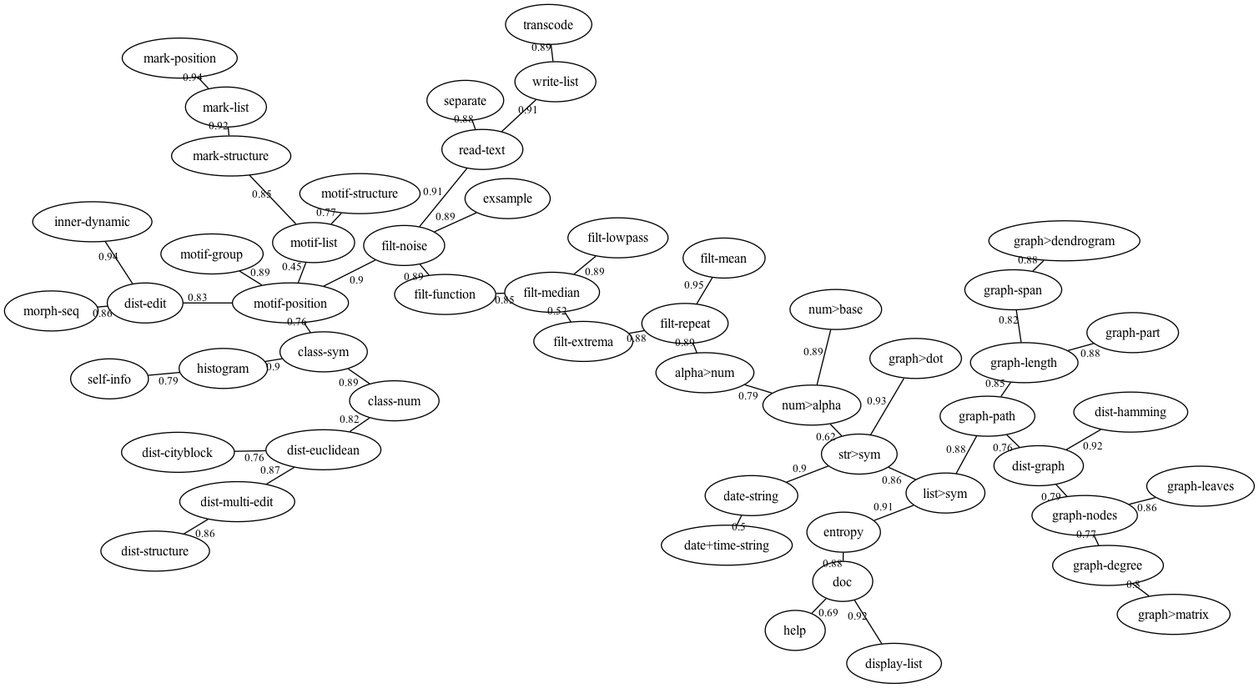
This is doc/pictures/refrains-docstrings.png from FredVoisin/refrains, a Graphviz export, as it was before one commit. Its source is kept beside it as doc/pictures/refrains-docstrings.dot. Source of this version:
```dot
graph "refrains-docstrings" {
/* generated with refrains:graph>dot 2026 october twenty-fourth at 19h27 */
 node [shape="ellipse", font=Helvetica, fontsize=12, color=black, fontcolor=black];
 edge [font=Helvetica,fontsize=10, color=black, labelfloat=true];
 "motif-list" -- "motif-position" [w=1, len=0.450000, label="0.45"];
 "date+time-string" -- "date-string" [w=1, len=0.500000, label="0.5"];
 "filt-extrema" -- "filt-median" [w=1, len=0.520000, label="0.52"];
 "num>alpha" -- "str>sym" [w=1, len=0.620000, label="0.62"];
 "doc" -- "help" [w=1, len=0.690000, label="0.69"];
 "class-sym" -- "motif-position" [w=1, len=0.760000, label="0.76"];
 "dist-cityblock" -- "dist-euclidean" [w=1, len=0.760000, label="0.76"];
 "dist-graph" -- "graph-path" [w=1, len=0.760000, label="0.76"];
 "graph-degree" -- "graph-nodes" [w=1, len=0.770000, label="0.77"];
 "motif-list" -- "motif-structure" [w=1, len=0.770000, label="0.77"];
 "alpha>num" -- "num>alpha" [w=1, len=0.790000, label="0.79"];
 "dist-graph" -- "graph-nodes" [w=1, len=0.790000, label="0.79"];
 "histogram" -- "self-info" [w=1, len=0.790000, label="0.79"];
 "graph-degree" -- "graph>matrix" [w=1, len=0.800000, label="0.8"];
 "class-num" -- "dist-euclidean" [w=1, len=0.820000, label="0.82"];
 "graph-length" -- "graph-span" [w=1, len=0.820000, label="0.82"];
 "dist-edit" -- "motif-position" [w=1, len=0.830000, label="0.83"];
 "filt-function" -- "filt-median" [w=1, len=0.850000, label="0.85"];
 "graph-length" -- "graph-path" [w=1, len=0.850000, label="0.85"];
 "mark-structure" -- "motif-list" [w=1, len=0.850000, label="0.85"];
 "dist-edit" -- "morph-seq" [w=1, len=0.860000, label="0.86"];
 "dist-multi-edit" -- "dist-structure" [w=1, len=0.860000, label="0.86"];
 "graph-leaves" -- "graph-nodes" [w=1, len=0.860000, label="0.86"];
 "list>sym" -- "str>sym" [w=1, len=0.860000, label="0.86"];
 "dist-euclidean" -- "dist-multi-edit" [w=1, len=0.870000, label="0.87"];
 "doc" -- "entropy" [w=1, len=0.880000, label="0.88"];
 "filt-extrema" -- "filt-repeat" [w=1, len=0.880000, label="0.88"];
 "graph-length" -- "graph-part" [w=1, len=0.880000, label="0.88"];
 "graph-path" -- "list>sym" [w=1, len=0.880000, label="0.88"];
 "graph-span" -- "graph>dendrogram" [w=1, len=0.880000, label="0.88"];
 "read-text" -- "separate" [w=1, len=0.880000, label="0.88"];
 "alpha>num" -- "filt-repeat" [w=1, len=0.890000, label="0.89"];
 "class-num" -- "class-sym" [w=1, len=0.890000, label="0.89"];
 "exsample" -- "filt-noise" [w=1, len=0.890000, label="0.89"];
 "filt-function" -- "filt-noise" [w=1, len=0.890000, label="0.89"];
 "filt-lowpass" -- "filt-median" [w=1, len=0.890000, label="0.89"];
 "motif-group" -- "motif-position" [w=1, len=0.890000, label="0.89"];
 "num>alpha" -- "num>base" [w=1, len=0.890000, label="0.89"];
 "transcode" -- "write-list" [w=1, len=0.890000, label="0.89"];
 "class-sym" -- "histogram" [w=1, len=0.900000, label="0.9"];
 "date-string" -- "str>sym" [w=1, len=0.900000, label="0.9"];
 "filt-noise" -- "motif-position" [w=1, len=0.900000, label="0.9"];
 "entropy" -- "list>sym" [w=1, len=0.910000, label="0.91"];
 "filt-noise" -- "read-text" [w=1, len=0.910000, label="0.91"];
 "read-text" -- "write-list" [w=1, len=0.910000, label="0.91"];
 "display-list" -- "doc" [w=1, len=0.920000, label="0.92"];
 "dist-graph" -- "dist-hamming" [w=1, len=0.920000, label="0.92"];
 "mark-list" -- "mark-structure" [w=1, len=0.920000, label="0.92"];
 "graph>dot" -- "str>sym" [w=1, len=0.930000, label="0.93"];
 "dist-edit" -- "inner-dynamic" [w=1, len=0.940000, label="0.94"];
 "mark-list" -- "mark-position" [w=1, len=0.940000, label="0.94"];
 "filt-mean" -- "filt-repeat" [w=1, len=0.950000, label="0.95"];
}
```
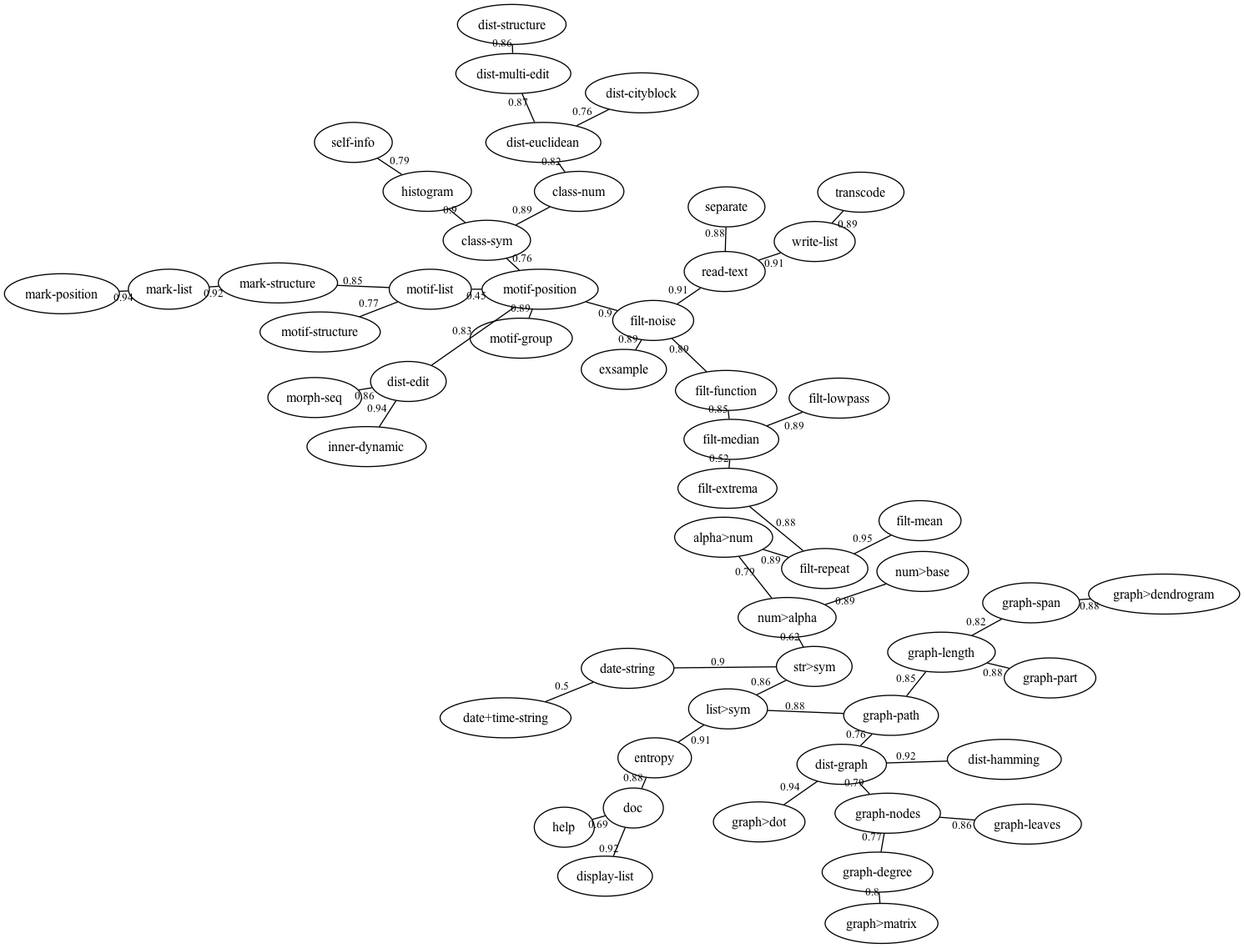
Above is the later version.

What changed in the source:
```diff
@@ -1,5 +1,6 @@
 graph "refrains-docstrings" {
-/* generated with refrains:graph>dot 2026 october twenty-fourth at 19h27 */
+/* generated with refrains:graph>dot 2026 october twenty-fourth at 19h31 */
+ graph [overlap="false", sep="+4"];
  node [shape="ellipse", font=Helvetica, fontsize=12, color=black, fontcolor=black];
  edge [font=Helvetica,fontsize=10, color=black, labelfloat=true];
  "motif-list" -- "motif-position" [w=1, len=0.450000, label="0.45"];
@@ -50,8 +51,8 @@
  "display-list" -- "doc" [w=1, len=0.920000, label="0.92"];
  "dist-graph" -- "dist-hamming" [w=1, len=0.920000, label="0.92"];
  "mark-list" -- "mark-structure" [w=1, len=0.920000, label="0.92"];
- "graph>dot" -- "str>sym" [w=1, len=0.930000, label="0.93"];
  "dist-edit" -- "inner-dynamic" [w=1, len=0.940000, label="0.94"];
+ "dist-graph" -- "graph>dot" [w=1, len=0.940000, label="0.94"];
  "mark-list" -- "mark-position" [w=1, len=0.940000, label="0.94"];
  "filt-mean" -- "filt-repeat" [w=1, len=0.950000, label="0.95"];
 }
```
